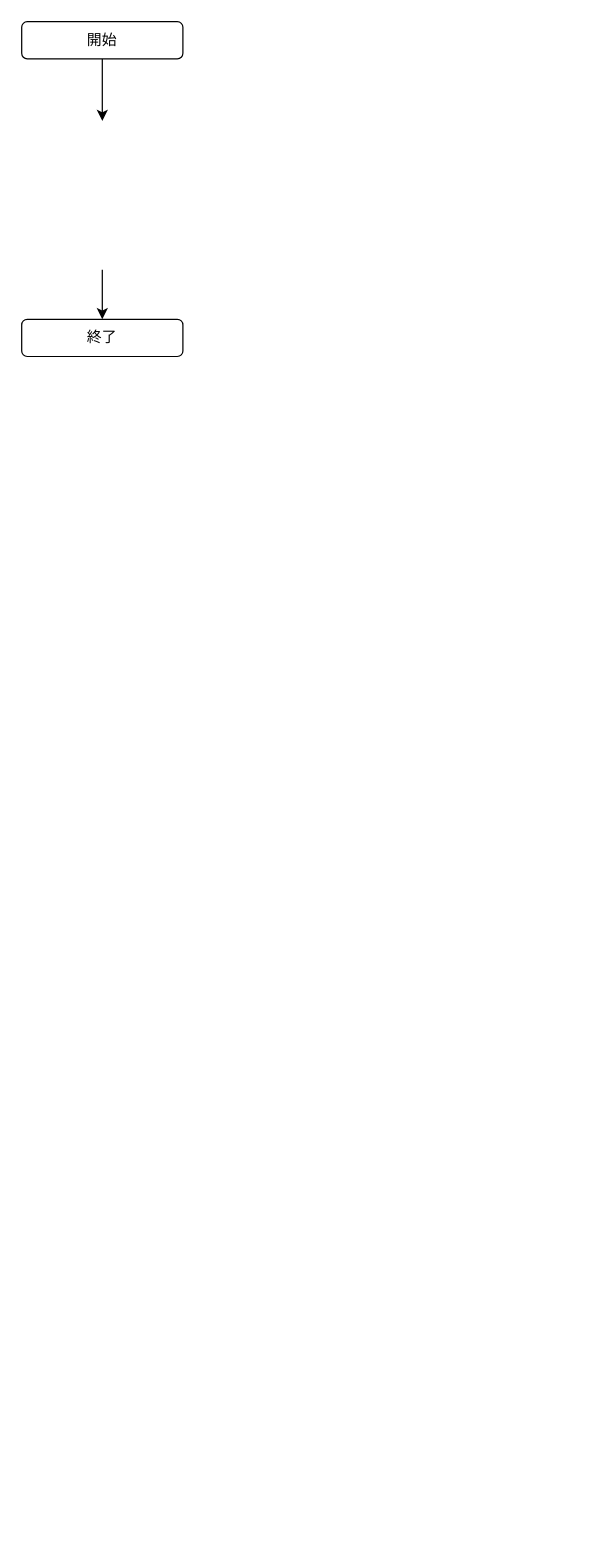
Above: 名称未設定ファイル.drawio in KeiSuzukiNishi/Test-of-GitHub-for-DIC (draw.io), before the change. Source tidied: cells renumbered, new cells numbered last; positions are measured from the earlier drawing's top-left corner, leaving out a move shared by most shapes. Both pictures are drawn from the tidied source at 124%, with x=0, y=0 at pixel (21, 21).
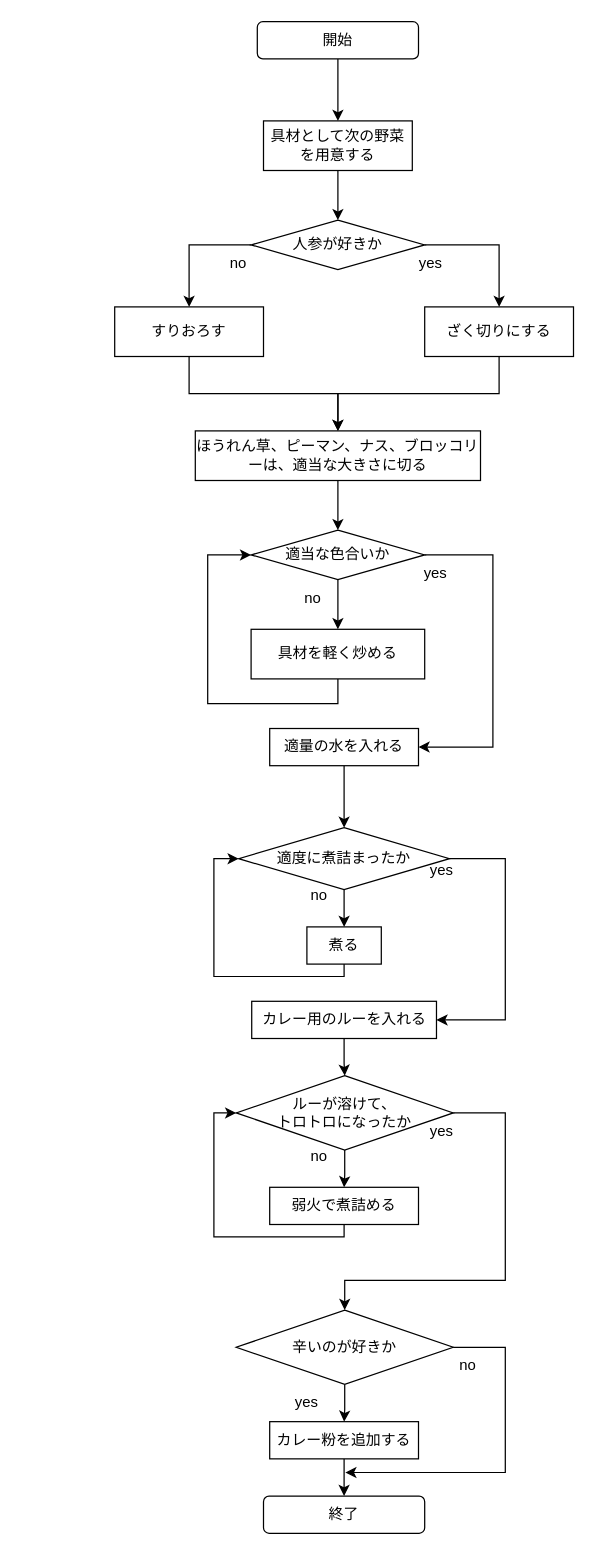
The same page after the edit.

Commit message (it also covers changes not shown here):
名称未設定ファイル.drawio を更新します

Change to the diagram source:
```diff
@@
+    <mxCell id="6" style="edgeStyle=orthogonalEdgeStyle;rounded=0;jettySize=auto;html=1;" parent="1" edge="1" source="2" target="13">
+      <mxGeometry relative="1" as="geometry" />
+    </mxCell>
     <mxCell id="2" value="開始" style="rounded=1;whiteSpace=wrap;html=1;" parent="1" vertex="1">
-      <mxGeometry width="130" height="30" as="geometry" />
+      <mxGeometry x="190" width="130" height="30" as="geometry" />
     </mxCell>
     <mxCell id="3" value="終了" style="rounded=1;whiteSpace=wrap;html=1;" parent="1" vertex="1">
-      <mxGeometry y="240" width="130" height="30" as="geometry" />
+      <mxGeometry x="195" y="1189" width="130" height="30" as="geometry" />
     </mxCell>
-    <mxCell id="4" style="endArrow=classic;html=1;rounded=0;exitX=0.5;exitY=1;exitDx=0;exitDy=0;" parent="1" edge="1" source="2">
-      <mxGeometry relative="1" as="geometry">
-        <mxPoint x="65" y="80" as="targetPoint" />
-      </mxGeometry>
-    </mxCell>
-    <mxCell id="5" style="endArrow=classic;html=1;rounded=0;" parent="1" edge="1" target="3">
-      <mxGeometry relative="1" as="geometry">
-        <mxPoint x="65" y="200" as="sourcePoint" />
-      </mxGeometry>
-    </mxCell>
+    <mxCell id="7" style="edgeStyle=orthogonalEdgeStyle;rounded=0;jettySize=auto;html=1;entryX=0.5;entryY=0;entryDx=0;entryDy=0;exitX=0;exitY=0.5;exitDx=0;exitDy=0;" parent="1" edge="1" source="9" target="15">
+      <mxGeometry relative="1" as="geometry" />
+    </mxCell>
+    <mxCell id="8" style="edgeStyle=orthogonalEdgeStyle;rounded=0;jettySize=auto;html=1;entryX=0.5;entryY=0;entryDx=0;entryDy=0;exitX=1;exitY=0.5;exitDx=0;exitDy=0;" parent="1" edge="1" source="9" target="17">
+      <mxGeometry relative="1" as="geometry" />
+    </mxCell>
+    <mxCell id="9" value="人参が好きか" style="rhombus;whiteSpace=wrap;html=1;" parent="1" vertex="1">
+      <mxGeometry x="185" y="160" width="140" height="40" as="geometry" />
+    </mxCell>
+    <mxCell id="10" value="no" style="text;html=1;strokeColor=none;fillColor=none;align=center;verticalAlign=middle;whiteSpace=wrap;rounded=0;" parent="1" vertex="1">
+      <mxGeometry x="160" y="190" width="30" height="10" as="geometry" />
+    </mxCell>
+    <mxCell id="11" value="yes" style="text;html=1;strokeColor=none;fillColor=none;align=center;verticalAlign=middle;whiteSpace=wrap;rounded=0;" parent="1" vertex="1">
+      <mxGeometry x="310" y="190" width="40" height="10" as="geometry" />
+    </mxCell>
+    <mxCell id="12" style="edgeStyle=orthogonalEdgeStyle;rounded=0;jettySize=auto;html=1;" parent="1" edge="1" source="13" target="9">
+      <mxGeometry relative="1" as="geometry" />
+    </mxCell>
+    <mxCell id="13" value="具材として次の野菜を用意する" style="rounded=0;whiteSpace=wrap;html=1;" parent="1" vertex="1">
+      <mxGeometry x="195" y="80" width="120" height="40" as="geometry" />
+    </mxCell>
+    <mxCell id="14" style="edgeStyle=orthogonalEdgeStyle;rounded=0;jettySize=auto;html=1;" parent="1" edge="1" source="15" target="19">
+      <mxGeometry relative="1" as="geometry" />
+    </mxCell>
+    <mxCell id="15" value="すりおろす" style="rounded=0;whiteSpace=wrap;html=1;" parent="1" vertex="1">
+      <mxGeometry x="75" y="230" width="120" height="40" as="geometry" />
+    </mxCell>
+    <mxCell id="16" style="edgeStyle=orthogonalEdgeStyle;rounded=0;jettySize=auto;html=1;" parent="1" edge="1" source="17" target="19">
+      <mxGeometry relative="1" as="geometry" />
+    </mxCell>
+    <mxCell id="17" value="ざく切りにする" style="rounded=0;whiteSpace=wrap;html=1;" parent="1" vertex="1">
+      <mxGeometry x="325" y="230" width="120" height="40" as="geometry" />
+    </mxCell>
+    <mxCell id="18" style="edgeStyle=orthogonalEdgeStyle;rounded=0;jettySize=auto;html=1;entryX=0.5;entryY=0;entryDx=0;entryDy=0;" parent="1" edge="1" source="19" target="22">
+      <mxGeometry relative="1" as="geometry" />
+    </mxCell>
+    <mxCell id="19" value="ほうれん草、ピーマン、ナス、ブロッコリーは、適当な大きさに切る" style="rounded=0;whiteSpace=wrap;html=1;" parent="1" vertex="1">
+      <mxGeometry x="140" y="330" width="230" height="40" as="geometry" />
+    </mxCell>
+    <mxCell id="20" style="edgeStyle=orthogonalEdgeStyle;rounded=0;jettySize=auto;html=1;" parent="1" edge="1" source="22" target="24">
+      <mxGeometry relative="1" as="geometry" />
+    </mxCell>
+    <mxCell id="21" style="edgeStyle=orthogonalEdgeStyle;rounded=0;jettySize=auto;html=1;exitX=1;exitY=0.5;exitDx=0;exitDy=0;entryX=1;entryY=0.5;entryDx=0;entryDy=0;" parent="1" edge="1" source="22" target="28">
+      <mxGeometry relative="1" as="geometry">
+        <Array as="points">
+          <mxPoint x="380" y="430" />
+          <mxPoint x="380" y="585" />
+        </Array>
+      </mxGeometry>
+    </mxCell>
+    <mxCell id="22" value="適当な色合いか" style="rhombus;whiteSpace=wrap;html=1;" parent="1" vertex="1">
+      <mxGeometry x="185" y="410" width="140" height="40" as="geometry" />
+    </mxCell>
+    <mxCell id="23" style="edgeStyle=orthogonalEdgeStyle;rounded=0;jettySize=auto;html=1;entryX=0;entryY=0.5;entryDx=0;entryDy=0;" parent="1" edge="1" source="24" target="22">
+      <mxGeometry relative="1" as="geometry">
+        <Array as="points">
+          <mxPoint x="255" y="550" />
+          <mxPoint x="150" y="550" />
+          <mxPoint x="150" y="430" />
+        </Array>
+      </mxGeometry>
+    </mxCell>
+    <mxCell id="24" value="具材を軽く炒める" style="rounded=0;whiteSpace=wrap;html=1;" parent="1" vertex="1">
+      <mxGeometry x="185" y="490" width="140" height="40" as="geometry" />
+    </mxCell>
+    <mxCell id="25" value="no" style="text;html=1;strokeColor=none;fillColor=none;align=center;verticalAlign=middle;whiteSpace=wrap;rounded=0;" parent="1" vertex="1">
+      <mxGeometry x="220" y="460" width="30" height="10" as="geometry" />
+    </mxCell>
+    <mxCell id="26" value="yes" style="text;html=1;strokeColor=none;fillColor=none;align=center;verticalAlign=middle;whiteSpace=wrap;rounded=0;" parent="1" vertex="1">
+      <mxGeometry x="314" y="440" width="40" height="10" as="geometry" />
+    </mxCell>
+    <mxCell id="27" style="edgeStyle=orthogonalEdgeStyle;rounded=0;jettySize=auto;html=1;entryX=0.5;entryY=0;entryDx=0;entryDy=0;" parent="1" edge="1" source="28" target="31">
+      <mxGeometry relative="1" as="geometry" />
+    </mxCell>
+    <mxCell id="28" value="適量の水を入れる" style="whiteSpace=wrap;html=1;" parent="1" vertex="1">
+      <mxGeometry x="200" y="570" width="120" height="30" as="geometry" />
+    </mxCell>
+    <mxCell id="29" style="edgeStyle=orthogonalEdgeStyle;rounded=0;jettySize=auto;html=1;" parent="1" edge="1" source="31" target="33">
+      <mxGeometry relative="1" as="geometry" />
+    </mxCell>
+    <mxCell id="30" style="edgeStyle=orthogonalEdgeStyle;rounded=0;jettySize=auto;html=1;exitX=1;exitY=0.5;exitDx=0;exitDy=0;entryX=1;entryY=0.5;entryDx=0;entryDy=0;" parent="1" edge="1" source="31" target="37">
+      <mxGeometry relative="1" as="geometry">
+        <Array as="points">
+          <mxPoint x="390" y="675" />
+          <mxPoint x="390" y="805" />
+        </Array>
+      </mxGeometry>
+    </mxCell>
+    <mxCell id="31" value="適度に煮詰まったか" style="rhombus;whiteSpace=wrap;html=1;" parent="1" vertex="1">
+      <mxGeometry x="175" y="650" width="170" height="50" as="geometry" />
+    </mxCell>
+    <mxCell id="32" style="edgeStyle=orthogonalEdgeStyle;rounded=0;jettySize=auto;html=1;entryX=0;entryY=0.5;entryDx=0;entryDy=0;" parent="1" edge="1" source="33" target="31">
+      <mxGeometry relative="1" as="geometry">
+        <Array as="points">
+          <mxPoint x="260" y="770" />
+          <mxPoint x="155" y="770" />
+          <mxPoint x="155" y="675" />
+        </Array>
+      </mxGeometry>
+    </mxCell>
+    <mxCell id="33" value="煮る" style="rounded=0;whiteSpace=wrap;html=1;" parent="1" vertex="1">
+      <mxGeometry x="230" y="730" width="60" height="30" as="geometry" />
+    </mxCell>
+    <mxCell id="34" value="no" style="text;html=1;strokeColor=none;fillColor=none;align=center;verticalAlign=middle;whiteSpace=wrap;rounded=0;" parent="1" vertex="1">
+      <mxGeometry x="225" y="700" width="30" height="10" as="geometry" />
+    </mxCell>
+    <mxCell id="35" value="yes" style="text;html=1;strokeColor=none;fillColor=none;align=center;verticalAlign=middle;whiteSpace=wrap;rounded=0;" parent="1" vertex="1">
+      <mxGeometry x="319" y="680" width="40" height="10" as="geometry" />
+    </mxCell>
+    <mxCell id="36" style="edgeStyle=orthogonalEdgeStyle;rounded=0;jettySize=auto;html=1;entryX=0.5;entryY=0;entryDx=0;entryDy=0;" parent="1" edge="1" source="37" target="40">
+      <mxGeometry relative="1" as="geometry" />
+    </mxCell>
+    <mxCell id="37" value="カレー用のルーを入れる" style="whiteSpace=wrap;html=1;" parent="1" vertex="1">
+      <mxGeometry x="185.5" y="790" width="149" height="30" as="geometry" />
+    </mxCell>
+    <mxCell id="38" style="edgeStyle=orthogonalEdgeStyle;rounded=0;jettySize=auto;html=1;" parent="1" edge="1" source="40" target="42">
+      <mxGeometry relative="1" as="geometry" />
+    </mxCell>
+    <mxCell id="39" style="edgeStyle=orthogonalEdgeStyle;rounded=0;jettySize=auto;html=1;exitX=1;exitY=0.5;exitDx=0;exitDy=0;entryX=0.5;entryY=0;entryDx=0;entryDy=0;" parent="1" edge="1" source="40" target="47">
+      <mxGeometry relative="1" as="geometry">
+        <Array as="points">
+          <mxPoint x="390" y="880" />
+          <mxPoint x="390" y="1015" />
+          <mxPoint x="261" y="1015" />
+        </Array>
+      </mxGeometry>
+    </mxCell>
+    <mxCell id="40" value="ルーが溶けて、&lt;br&gt;トロトロになったか" style="rhombus;whiteSpace=wrap;html=1;" parent="1" vertex="1">
+      <mxGeometry x="173" y="850" width="175" height="60" as="geometry" />
+    </mxCell>
+    <mxCell id="41" style="edgeStyle=orthogonalEdgeStyle;rounded=0;jettySize=auto;html=1;" parent="1" edge="1" source="42">
+      <mxGeometry relative="1" as="geometry">
+        <mxPoint x="173" y="880" as="targetPoint" />
+        <Array as="points">
+          <mxPoint x="260" y="980" />
+          <mxPoint x="155" y="980" />
+          <mxPoint x="155" y="880" />
+          <mxPoint x="173" y="880" />
+        </Array>
+      </mxGeometry>
+    </mxCell>
+    <mxCell id="42" value="弱火で煮詰める" style="rounded=0;whiteSpace=wrap;html=1;" parent="1" vertex="1">
+      <mxGeometry x="200" y="940" width="120" height="30" as="geometry" />
+    </mxCell>
+    <mxCell id="43" value="no" style="text;html=1;strokeColor=none;fillColor=none;align=center;verticalAlign=middle;whiteSpace=wrap;rounded=0;" parent="1" vertex="1">
+      <mxGeometry x="225" y="910" width="30" height="10" as="geometry" />
+    </mxCell>
+    <mxCell id="44" value="yes" style="text;html=1;strokeColor=none;fillColor=none;align=center;verticalAlign=middle;whiteSpace=wrap;rounded=0;" parent="1" vertex="1">
+      <mxGeometry x="319" y="890" width="40" height="10" as="geometry" />
+    </mxCell>
+    <mxCell id="45" style="edgeStyle=orthogonalEdgeStyle;rounded=0;jettySize=auto;html=1;" parent="1" edge="1" source="47" target="49">
+      <mxGeometry relative="1" as="geometry" />
+    </mxCell>
+    <mxCell id="46" style="edgeStyle=orthogonalEdgeStyle;rounded=0;jettySize=auto;html=1;exitX=1;exitY=0.5;exitDx=0;exitDy=0;" parent="1" edge="1" source="47">
+      <mxGeometry relative="1" as="geometry">
+        <mxPoint x="261" y="1170" as="targetPoint" />
+        <Array as="points">
+          <mxPoint x="390" y="1069" />
+          <mxPoint x="390" y="1170" />
+        </Array>
+      </mxGeometry>
+    </mxCell>
+    <mxCell id="47" value="辛いのが好きか" style="rhombus;whiteSpace=wrap;html=1;" parent="1" vertex="1">
+      <mxGeometry x="173" y="1039" width="175" height="60" as="geometry" />
+    </mxCell>
+    <mxCell id="48" style="edgeStyle=orthogonalEdgeStyle;rounded=0;jettySize=auto;html=1;" parent="1" edge="1" source="49" target="3">
+      <mxGeometry relative="1" as="geometry" />
+    </mxCell>
+    <mxCell id="49" value="カレー粉を追加する" style="rounded=0;whiteSpace=wrap;html=1;" parent="1" vertex="1">
+      <mxGeometry x="200" y="1129" width="120" height="30" as="geometry" />
+    </mxCell>
+    <mxCell id="50" value="no" style="text;html=1;strokeColor=none;fillColor=none;align=center;verticalAlign=middle;whiteSpace=wrap;rounded=0;" parent="1" vertex="1">
+      <mxGeometry x="345" y="1079" width="30" height="10" as="geometry" />
+    </mxCell>
+    <mxCell id="51" value="yes" style="text;html=1;strokeColor=none;fillColor=none;align=center;verticalAlign=middle;whiteSpace=wrap;rounded=0;" parent="1" vertex="1">
+      <mxGeometry x="210" y="1109" width="40" height="10" as="geometry" />
+    </mxCell>
```
